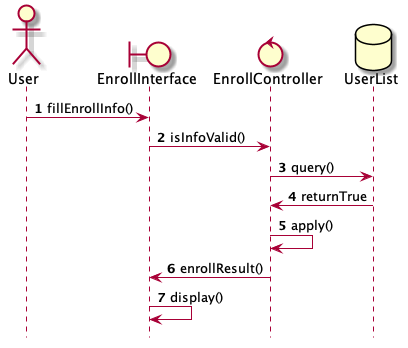
Above: report/figure/sequenceDiagram/sd_enroll.png in wwyf/Waterfall (PlantUML), before the change. Source of this version:
```plantuml
@startuml
	hide footbox

	actor User as act
	boundary EnrollInterface as bou
	control EnrollController as con
	database UserList as db

	autonumber
	act -> bou : fillEnrollInfo()
	bou -> con : isInfoValid()
	con -> db : query()
	db -> con : returnTrue
	con -> con : apply()
	con -> bou : enrollResult()
	bou -> bou : display()

@enduml
```
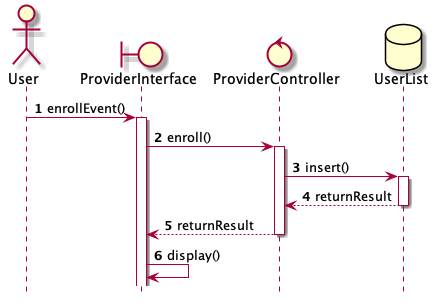
The same file after the commit.

Diff of the diagram source:
```diff
@@ -2,17 +2,26 @@
 	hide footbox
 
 	actor User as act
-	boundary EnrollInterface as bou
-	control EnrollController as con
+	boundary ProviderInterface as bou
+	control ProviderController as con
 	database UserList as db
 
 	autonumber
-	act -> bou : fillEnrollInfo()
-	bou -> con : isInfoValid()
-	con -> db : query()
-	db -> con : returnTrue
-	con -> con : apply()
-	con -> bou : enrollResult()
+	act -> bou : enrollEvent()
+	activate bou
+
+	bou -> con : enroll()
+	activate con
+
+	con -> db : insert()
+	activate db
+
+	db --> con : returnResult
+	deactivate db
+
+	con --> bou : returnResult
+	deactivate con
+
 	bou -> bou : display()
 
 @enduml
```
